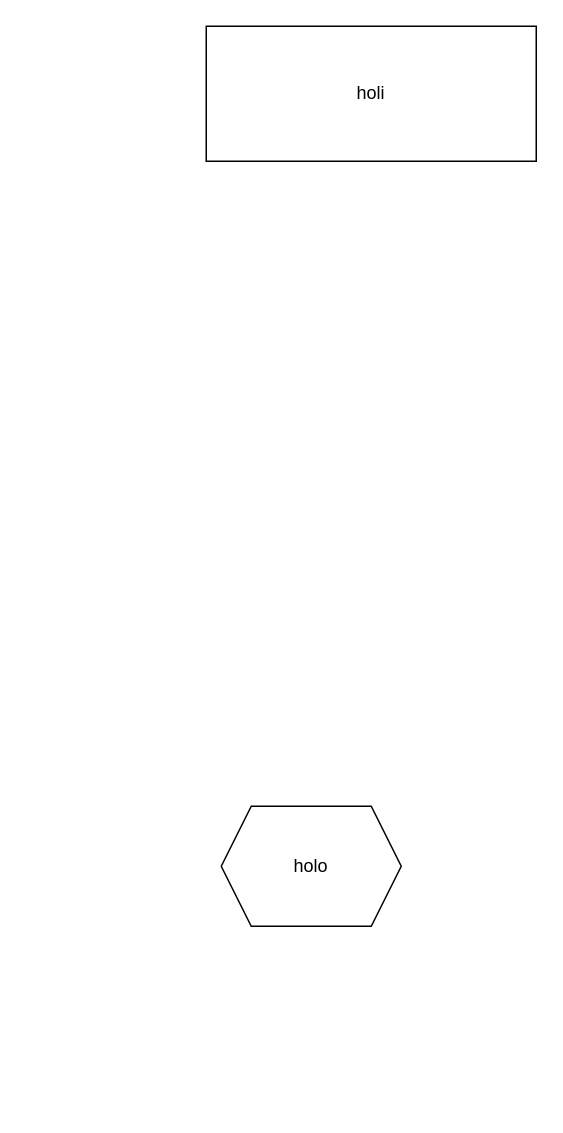
Before: Untitled Diagram.drawio in SvillarroelZ/SCL020-data-lovers, a draw.io diagram. Source tidied: cells renumbered, new cells numbered last; positions are measured from the earlier drawing's top-left corner, leaving out a move shared by most shapes. Both pictures are drawn from the tidied source at 150%, with x=0, y=0 at pixel (206, 26).
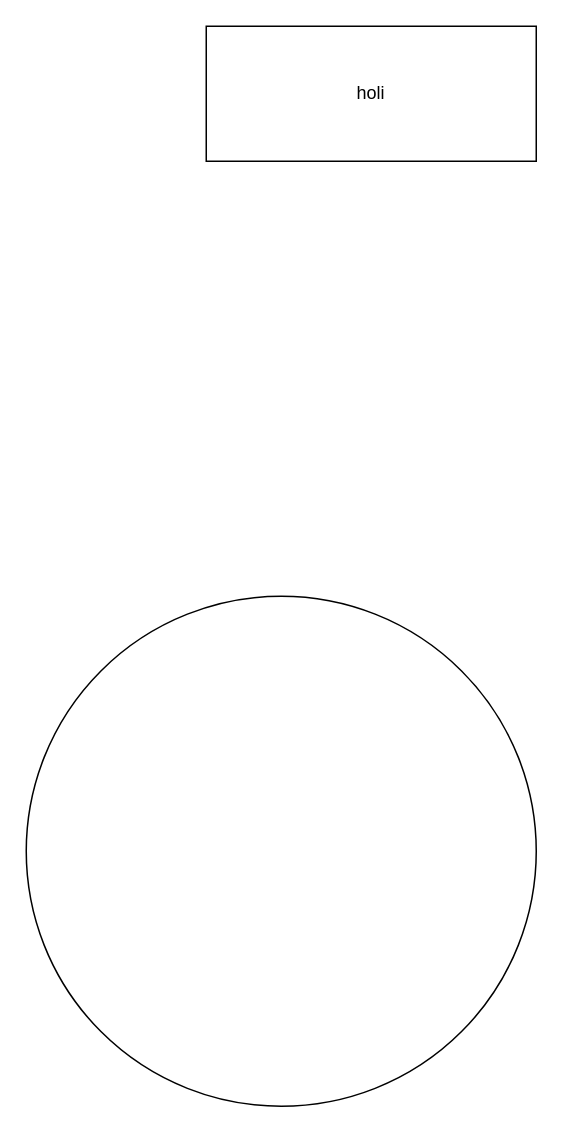
The same diagram, later.

Diff of the diagram source:
```diff
@@
 <mxGraphModel>
   <root>
     <mxCell id="0" />
     <mxCell id="1" parent="0" />
     <mxCell id="2" value="holi" style="rounded=0;whiteSpace=wrap;html=1;" parent="1" vertex="1">
       <mxGeometry width="220" height="90" as="geometry" />
     </mxCell>
-    <mxCell id="3" value="holo&lt;br&gt;" style="shape=hexagon;perimeter=hexagonPerimeter2;whiteSpace=wrap;html=1;fixedSize=1;" parent="1" vertex="1">
-      <mxGeometry x="10" y="520" width="120" height="80" as="geometry" />
-    </mxCell>
+    <mxCell id="4" style="ellipse;whiteSpace=wrap;html=1;" parent="1" vertex="1">
+      <mxGeometry x="-120" y="380" width="340" height="340" as="geometry" />
+    </mxCell>
   </root>
 </mxGraphModel>
```
